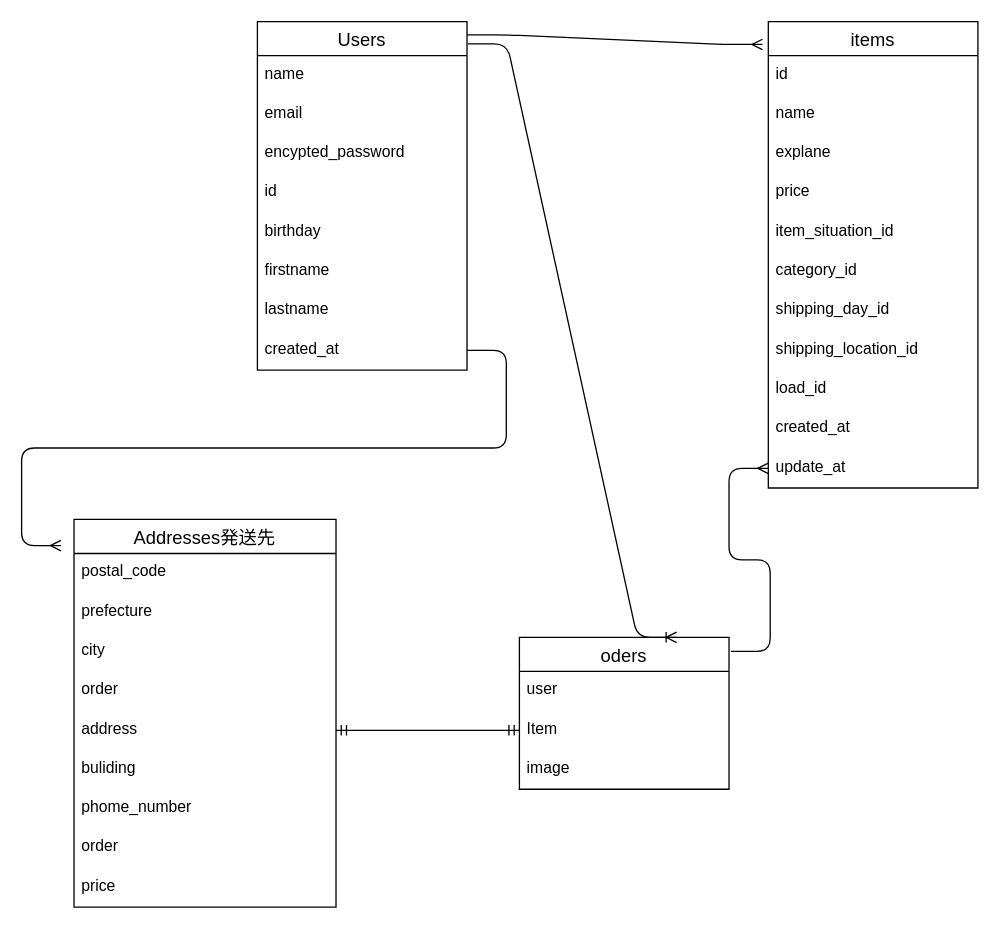
Before: page "ページ1" (1 of 2) of test.dio in yuuuuuuuka/furima-41437, a draw.io diagram. Source tidied: cells renumbered, new cells numbered last; positions are measured from the earlier drawing's top-left corner, leaving out a move shared by most shapes. Both pictures are drawn from the tidied source at 131%, with x=0, y=0 at pixel (60, 21).
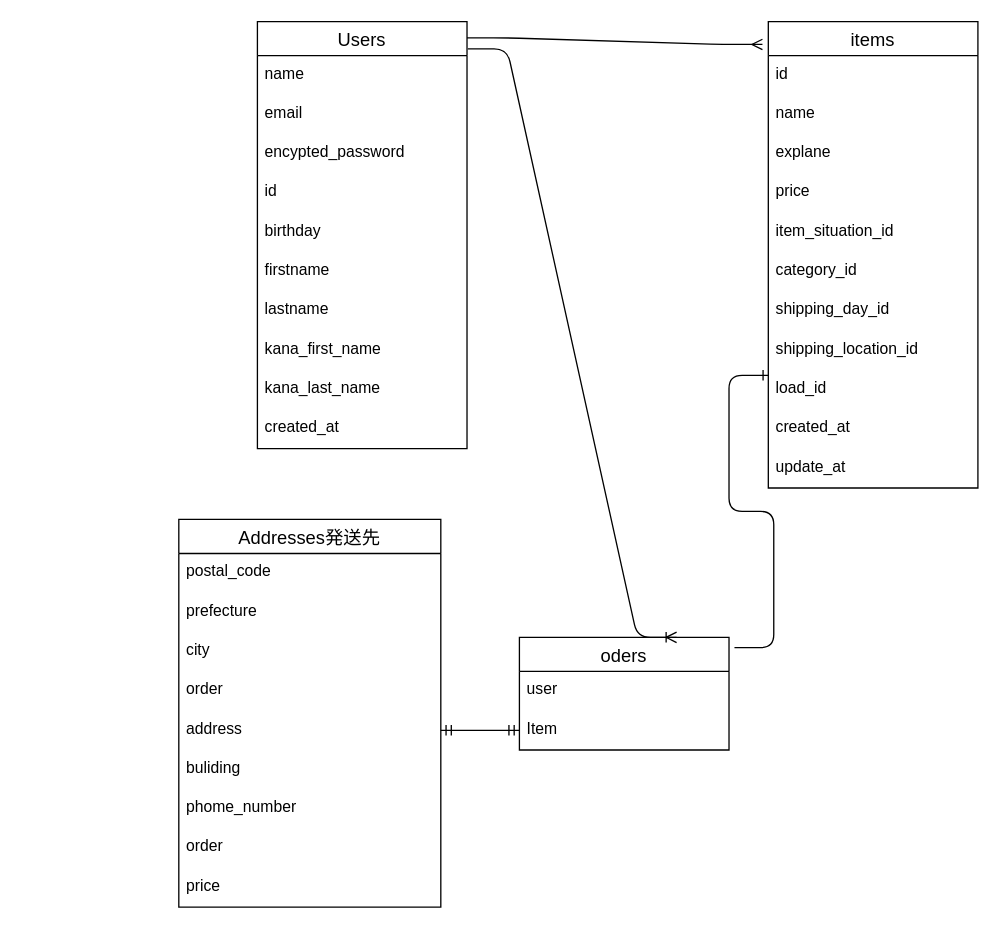
The same page after the edit.

Unchanged cells that the change refers to:
```xml
<mxCell id="24" value="load_id" style="text;strokeColor=none;fillColor=none;spacingLeft=4;spacingRight=4;overflow=hidden;points=[[0,0.5],[1,0.5]];portConstraint=eastwest;fontSize=12;" parent="15" vertex="1">
  <mxGeometry y="266" width="160" height="30" as="geometry" />
</mxCell>
<mxCell id="26" value="update_at" style="text;strokeColor=none;fillColor=none;spacingLeft=4;spacingRight=4;overflow=hidden;points=[[0,0.5],[1,0.5]];portConstraint=eastwest;fontSize=12;" parent="15" vertex="1">
  <mxGeometry y="326" width="160" height="30" as="geometry" />
</mxCell>
```

The edit, as a diff of the source:
```diff
@@
     <mxCell id="2" value="Users" style="swimlane;fontStyle=0;horizontal=1;startSize=26;align=center;fontSize=14;" parent="1" vertex="1">
-      <mxGeometry x="150" width="160" height="266" as="geometry" />
+      <mxGeometry x="150" width="160" height="326" as="geometry" />
     </mxCell>
@@
+    <mxCell id="42" value="kana_first_name" style="text;strokeColor=none;fillColor=none;spacingLeft=4;spacingRight=4;overflow=hidden;fontSize=12;" parent="2" vertex="1">
+      <mxGeometry y="236" width="160" height="30" as="geometry" />
+    </mxCell>
+    <mxCell id="43" value="kana_last_name" style="text;strokeColor=none;fillColor=none;spacingLeft=4;spacingRight=4;overflow=hidden;fontSize=12;" parent="2" vertex="1">
+      <mxGeometry y="266" width="160" height="30" as="geometry" />
+    </mxCell>
     <mxCell id="10" value="created_at" style="text;strokeColor=none;fillColor=none;spacingLeft=4;spacingRight=4;overflow=hidden;points=[[0,0.5],[1,0.5]];portConstraint=eastwest;fontSize=12;" parent="2" vertex="1">
-      <mxGeometry y="236" width="160" height="30" as="geometry" />
+      <mxGeometry y="296" width="160" height="30" as="geometry" />
     </mxCell>
     <mxCell id="11" value="oders" style="swimlane;fontStyle=0;horizontal=1;startSize=26;align=center;fontSize=14;" parent="1" vertex="1">
-      <mxGeometry x="350" y="470" width="160" height="116" as="geometry" />
+      <mxGeometry x="350" y="470" width="160" height="86" as="geometry" />
     </mxCell>
@@
-    <mxCell id="14" value="image" style="text;strokeColor=none;fillColor=none;spacingLeft=4;spacingRight=4;overflow=hidden;fontSize=12;" parent="11" vertex="1">
-      <mxGeometry y="86" width="160" height="30" as="geometry" />
-    </mxCell>
@@
     <mxCell id="28" value="&#10;Addresses発送先&#10;" style="swimlane;fontStyle=0;horizontal=1;startSize=26;align=center;fontSize=14;" parent="1" vertex="1">
-      <mxGeometry x="10" y="380" width="200" height="296" as="geometry" />
+      <mxGeometry x="90" y="380" width="200" height="296" as="geometry" />
     </mxCell>
@@
-    <mxCell id="38" style="edgeStyle=entityRelationEdgeStyle;fontSize=12;html=1;endArrow=ERmany;entryX=0;entryY=0.5;entryDx=0;entryDy=0;exitX=1.009;exitY=0.092;exitDx=0;exitDy=0;exitPerimeter=0;" parent="1" edge="1" source="11" target="26">
-      <mxGeometry relative="1" as="geometry" />
-    </mxCell>
@@
-    <mxCell id="41" style="edgeStyle=entityRelationEdgeStyle;fontSize=12;html=1;endArrow=ERmany;" parent="1" edge="1" source="10">
-      <mxGeometry relative="1" as="geometry">
-        <mxPoint y="400" as="targetPoint" />
-      </mxGeometry>
-    </mxCell>
+    <mxCell id="44" style="edgeStyle=entityRelationEdgeStyle;fontSize=12;html=1;endArrow=ERone;endFill=1;entryX=0;entryY=0.133;entryDx=0;entryDy=0;entryPerimeter=0;exitX=1.026;exitY=0.091;exitDx=0;exitDy=0;exitPerimeter=0;" parent="1" edge="1" source="11" target="24">
+      <mxGeometry relative="1" as="geometry" />
+    </mxCell>
```
